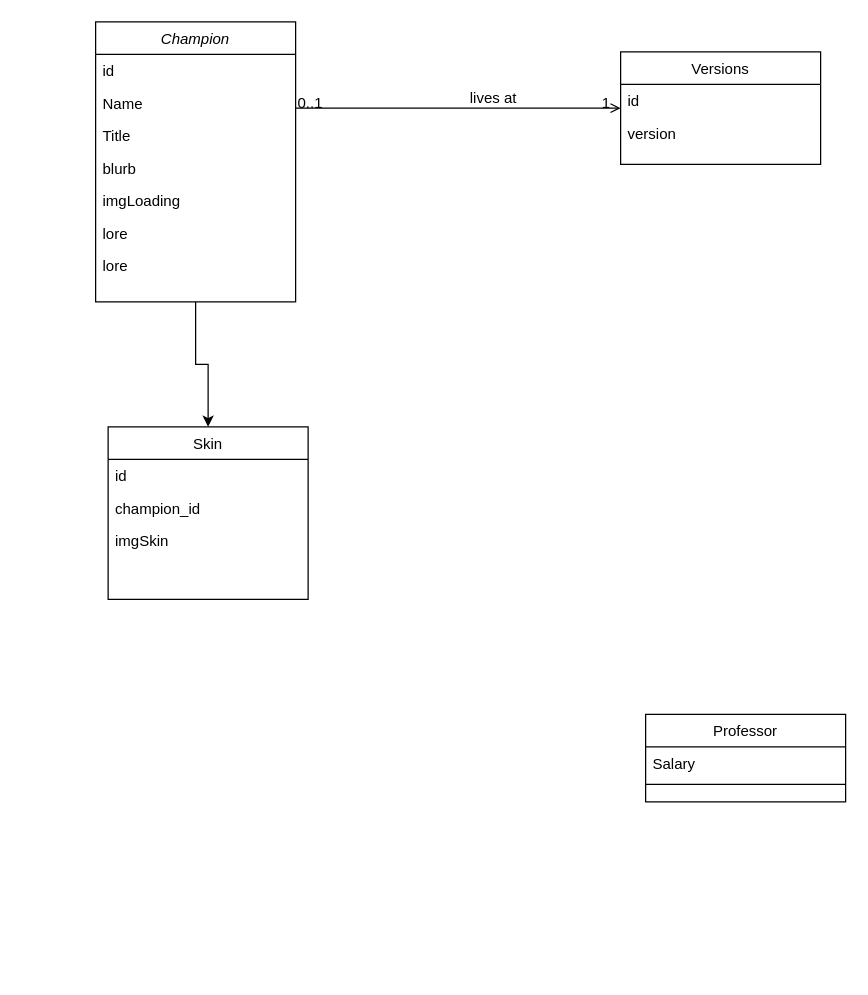
The draw.io diagram Untitled Diagram.drawio in zeggriim2/Symlol, before the edit. Source tidied: cells renumbered, new cells numbered last; positions are measured from the earlier drawing's top-left corner, leaving out a move shared by most shapes. Both pictures are drawn from the tidied source at 125%, with x=0, y=0 at pixel (95, 21).
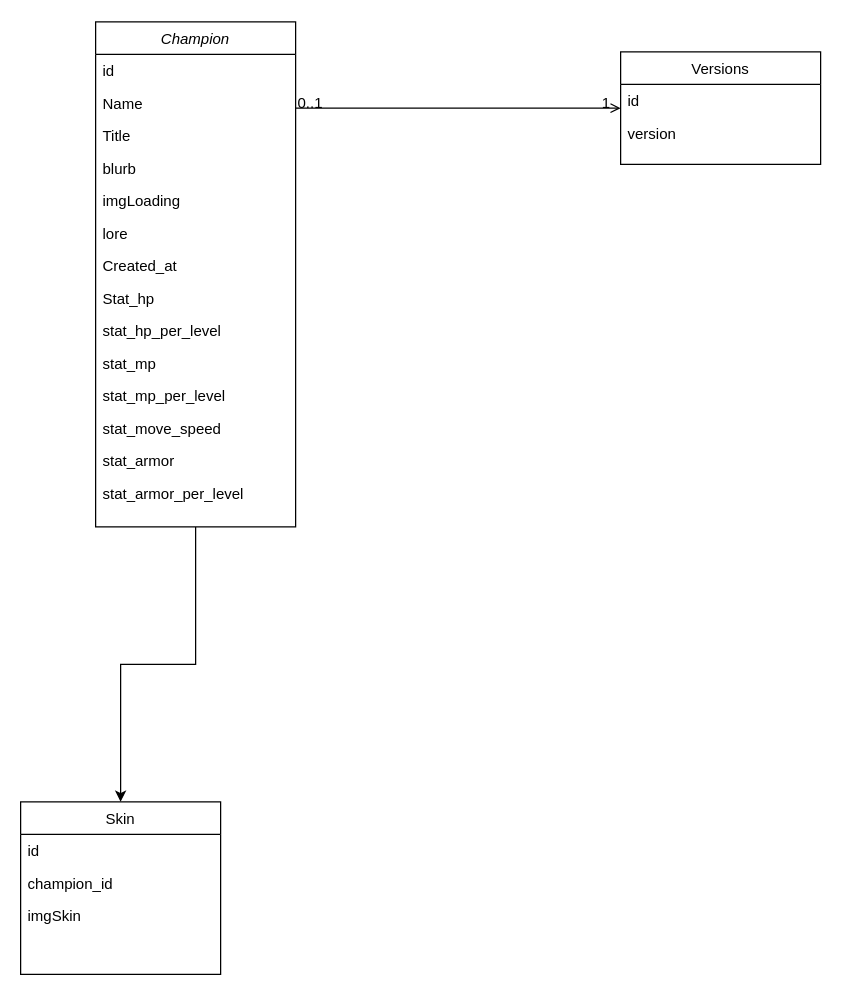
After the change.

The change refers to these unchanged cells:
```xml
<mxCell id="21" style="endArrow=open;shadow=0;strokeWidth=1;rounded=0;endFill=1;edgeStyle=elbowEdgeStyle;elbow=vertical;" parent="1" edge="1" source="3" target="18">
  <mxGeometry x="0.5" y="41" relative="1" as="geometry">
    <mxPoint x="-40" y="32" as="offset" />
  </mxGeometry>
</mxCell>
```

Diff of the diagram source:
```diff
@@
     <mxCell id="3" value="Champion&#10;" style="swimlane;fontStyle=2;align=center;verticalAlign=top;horizontal=1;startSize=26;rounded=0;shadow=0;strokeWidth=1;" parent="1" vertex="1">
-      <mxGeometry width="160" height="224" as="geometry" />
+      <mxGeometry width="160" height="404" as="geometry" />
     </mxCell>
@@
-    <mxCell id="10" value="lore" style="text;align=left;verticalAlign=top;spacingLeft=4;spacingRight=4;overflow=hidden;rounded=0;shadow=0;html=0;" parent="3" vertex="1">
-      <mxGeometry y="182" width="160" height="26" as="geometry" />
-    </mxCell>
+    <mxCell id="25" value="Created_at" style="text;align=left;verticalAlign=top;spacingLeft=4;spacingRight=4;overflow=hidden;rounded=0;shadow=0;html=0;" parent="3" vertex="1">
+      <mxGeometry y="182" width="160" height="26" as="geometry" />
+    </mxCell>
+    <mxCell id="26" value="Stat_hp" style="text;align=left;verticalAlign=top;spacingLeft=4;spacingRight=4;overflow=hidden;rounded=0;shadow=0;html=0;" parent="3" vertex="1">
+      <mxGeometry y="208" width="160" height="26" as="geometry" />
+    </mxCell>
+    <mxCell id="27" value="stat_hp_per_level" style="text;align=left;verticalAlign=top;spacingLeft=4;spacingRight=4;overflow=hidden;rounded=0;shadow=0;html=0;" parent="3" vertex="1">
+      <mxGeometry y="234" width="160" height="26" as="geometry" />
+    </mxCell>
+    <mxCell id="28" value="stat_mp" style="text;align=left;verticalAlign=top;spacingLeft=4;spacingRight=4;overflow=hidden;rounded=0;shadow=0;html=0;" parent="3" vertex="1">
+      <mxGeometry y="260" width="160" height="26" as="geometry" />
+    </mxCell>
+    <mxCell id="29" value="stat_mp_per_level" style="text;align=left;verticalAlign=top;spacingLeft=4;spacingRight=4;overflow=hidden;rounded=0;shadow=0;html=0;" parent="3" vertex="1">
+      <mxGeometry y="286" width="160" height="26" as="geometry" />
+    </mxCell>
+    <mxCell id="30" value="stat_move_speed" style="text;align=left;verticalAlign=top;spacingLeft=4;spacingRight=4;overflow=hidden;rounded=0;shadow=0;html=0;" parent="3" vertex="1">
+      <mxGeometry y="312" width="160" height="26" as="geometry" />
+    </mxCell>
+    <mxCell id="31" value="stat_armor" style="text;align=left;verticalAlign=top;spacingLeft=4;spacingRight=4;overflow=hidden;rounded=0;shadow=0;html=0;" parent="3" vertex="1">
+      <mxGeometry y="338" width="160" height="26" as="geometry" />
+    </mxCell>
+    <mxCell id="32" value="stat_armor_per_level" style="text;align=left;verticalAlign=top;spacingLeft=4;spacingRight=4;overflow=hidden;rounded=0;shadow=0;html=0;" parent="3" vertex="1">
+      <mxGeometry y="364" width="160" height="26" as="geometry" />
+    </mxCell>
     <mxCell id="11" value="Skin" style="swimlane;fontStyle=0;align=center;verticalAlign=top;horizontal=1;startSize=26;rounded=0;shadow=0;strokeWidth=1;" parent="1" vertex="1">
-      <mxGeometry x="10" y="324" width="160" height="138" as="geometry" />
+      <mxGeometry x="-60" y="624" width="160" height="138" as="geometry" />
     </mxCell>
@@
-    <mxCell id="15" value="Professor" style="swimlane;fontStyle=0;align=center;verticalAlign=top;horizontal=1;startSize=26;rounded=0;shadow=0;strokeWidth=1;" parent="1" vertex="1">
-      <mxGeometry x="440" y="554" width="160" height="70" as="geometry" />
-    </mxCell>
-    <mxCell id="16" value="Salary" style="text;align=left;verticalAlign=top;spacingLeft=4;spacingRight=4;overflow=hidden;" parent="15" vertex="1">
-      <mxGeometry y="26" width="160" height="26" as="geometry" />
-    </mxCell>
-    <mxCell id="17" style="line;html=1;strokeWidth=1;align=left;verticalAlign=middle;spacingTop=-1;spacingLeft=3;spacingRight=3;labelPosition=right;" parent="15" vertex="1">
-      <mxGeometry y="52" width="160" height="8" as="geometry" />
-    </mxCell>
@@
-    <mxCell id="24" value="lives at" style="text;html=1;align=center;verticalAlign=middle;labelBackgroundColor=none;rounded=0;shadow=0;strokeWidth=1;fontSize=12;" parent="21" vertex="1">
-      <mxGeometry x="0.5" y="49" relative="1" as="geometry">
-        <mxPoint x="-38" y="40" as="offset" />
-      </mxGeometry>
-    </mxCell>
```
